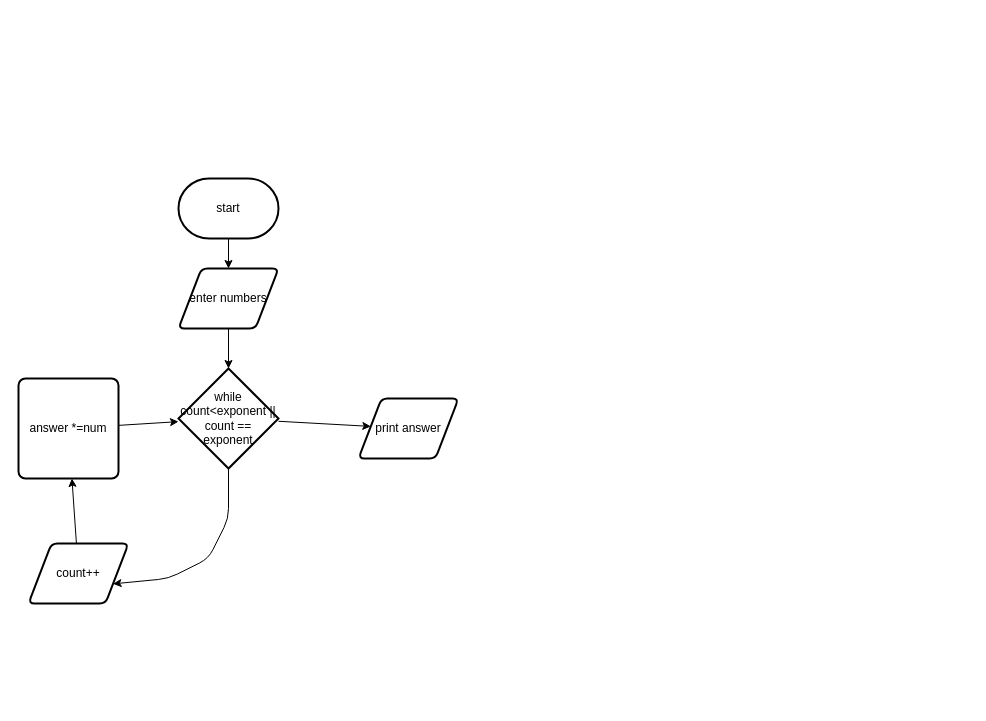
Earlier version of the draw.io diagram design/flowchart.drawio (sophie-nguyen-0/ICS2O-assignment-5). Source tidied: cells renumbered, new cells numbered last; positions are measured from the earlier drawing's top-left corner, leaving out a move shared by most shapes. Both pictures are drawn from the tidied source at 100%, with x=0, y=0 at pixel (18, 178).
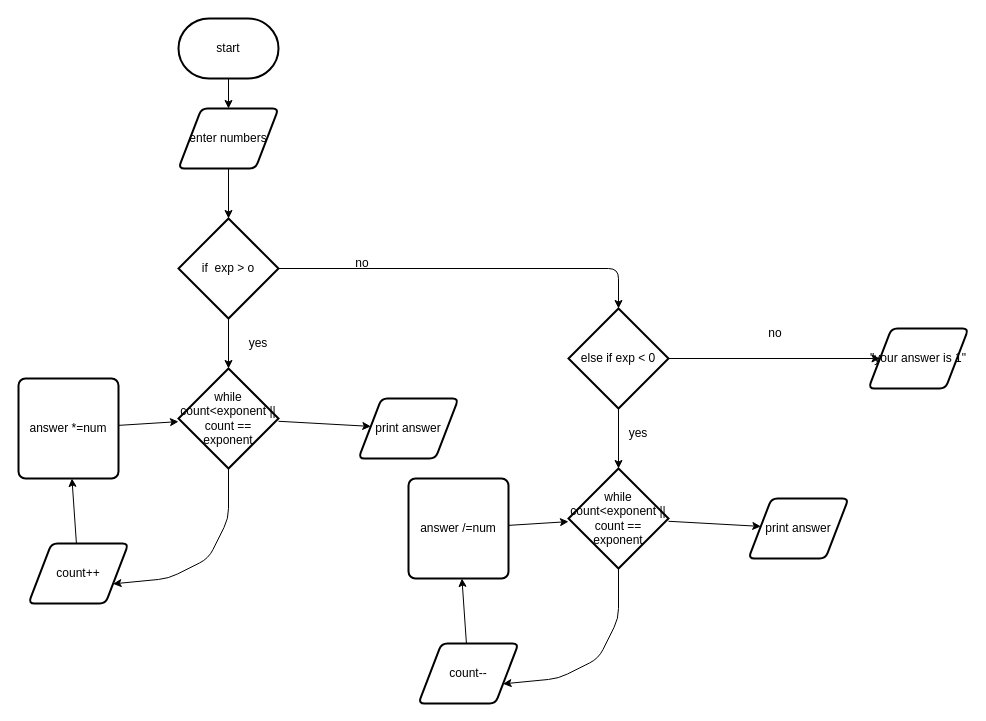
After the change.

The change refers to these unchanged cells:
```xml
<mxCell id="8" value="while count&amp;lt;exponent || count == exponent" style="strokeWidth=2;html=1;shape=mxgraph.flowchart.decision;whiteSpace=wrap;" parent="1" vertex="1">
  <mxGeometry x="160" y="190" width="100" height="100" as="geometry" />
</mxCell>
```

What changed in the source:
```diff
@@
     <mxCell id="3" value="start" style="strokeWidth=2;html=1;shape=mxgraph.flowchart.terminator;whiteSpace=wrap;" parent="1" vertex="1">
-      <mxGeometry x="160" width="100" height="60" as="geometry" />
+      <mxGeometry x="160" y="-160" width="100" height="60" as="geometry" />
     </mxCell>
-    <mxCell id="4" style="edgeStyle=none;html=1;" parent="1" edge="1" source="5" target="8">
-      <mxGeometry relative="1" as="geometry" />
-    </mxCell>
+    <mxCell id="14" style="edgeStyle=none;html=1;" parent="1" edge="1" source="5" target="17">
+      <mxGeometry relative="1" as="geometry" />
+    </mxCell>
     <mxCell id="5" value="enter numbers" style="shape=parallelogram;html=1;strokeWidth=2;perimeter=parallelogramPerimeter;whiteSpace=wrap;rounded=1;arcSize=12;size=0.23;" parent="1" vertex="1">
-      <mxGeometry x="160" y="90" width="100" height="60" as="geometry" />
+      <mxGeometry x="160" y="-70" width="100" height="60" as="geometry" />
     </mxCell>
@@
+    <mxCell id="15" style="edgeStyle=none;html=1;" parent="1" edge="1" source="17" target="8">
+      <mxGeometry relative="1" as="geometry" />
+    </mxCell>
+    <mxCell id="16" style="edgeStyle=none;html=1;entryX=0.5;entryY=0;entryDx=0;entryDy=0;entryPerimeter=0;" parent="1" edge="1" source="17" target="20">
+      <mxGeometry relative="1" as="geometry">
+        <Array as="points">
+          <mxPoint x="600" y="90" />
+        </Array>
+      </mxGeometry>
+    </mxCell>
+    <mxCell id="17" value="if&amp;nbsp; exp &amp;gt; o" style="strokeWidth=2;html=1;shape=mxgraph.flowchart.decision;whiteSpace=wrap;" parent="1" vertex="1">
+      <mxGeometry x="160" y="40" width="100" height="100" as="geometry" />
+    </mxCell>
+    <mxCell id="18" style="edgeStyle=none;html=1;entryX=0.5;entryY=0;entryDx=0;entryDy=0;entryPerimeter=0;" parent="1" edge="1" source="20" target="23">
+      <mxGeometry relative="1" as="geometry" />
+    </mxCell>
+    <mxCell id="19" style="edgeStyle=none;html=1;entryX=0;entryY=0.5;entryDx=0;entryDy=0;" parent="1" edge="1" source="20" target="29">
+      <mxGeometry relative="1" as="geometry" />
+    </mxCell>
+    <mxCell id="20" value="else if exp &amp;lt; 0" style="strokeWidth=2;html=1;shape=mxgraph.flowchart.decision;whiteSpace=wrap;" parent="1" vertex="1">
+      <mxGeometry x="550" y="130" width="100" height="100" as="geometry" />
+    </mxCell>
+    <mxCell id="21" style="edgeStyle=none;html=1;entryX=1;entryY=0.75;entryDx=0;entryDy=0;" parent="1" edge="1" source="23" target="25">
+      <mxGeometry relative="1" as="geometry">
+        <Array as="points">
+          <mxPoint x="600" y="440" />
+          <mxPoint x="580" y="480" />
+          <mxPoint x="540" y="500" />
+        </Array>
+      </mxGeometry>
+    </mxCell>
+    <mxCell id="22" style="edgeStyle=none;html=1;" parent="1" edge="1" source="23" target="28">
+      <mxGeometry relative="1" as="geometry" />
+    </mxCell>
+    <mxCell id="23" value="while count&amp;lt;exponent || count == exponent" style="strokeWidth=2;html=1;shape=mxgraph.flowchart.decision;whiteSpace=wrap;" parent="1" vertex="1">
+      <mxGeometry x="550" y="290" width="100" height="100" as="geometry" />
+    </mxCell>
+    <mxCell id="24" style="edgeStyle=none;html=1;" parent="1" edge="1" source="25" target="27">
+      <mxGeometry relative="1" as="geometry" />
+    </mxCell>
+    <mxCell id="25" value="count--" style="shape=parallelogram;html=1;strokeWidth=2;perimeter=parallelogramPerimeter;whiteSpace=wrap;rounded=1;arcSize=12;size=0.23;" parent="1" vertex="1">
+      <mxGeometry x="400" y="465" width="100" height="60" as="geometry" />
+    </mxCell>
+    <mxCell id="26" style="edgeStyle=none;html=1;" parent="1" edge="1" source="27" target="23">
+      <mxGeometry relative="1" as="geometry" />
+    </mxCell>
+    <mxCell id="27" value="answer /=num" style="rounded=1;whiteSpace=wrap;html=1;absoluteArcSize=1;arcSize=14;strokeWidth=2;" parent="1" vertex="1">
+      <mxGeometry x="390" y="300" width="100" height="100" as="geometry" />
+    </mxCell>
+    <mxCell id="28" value="print answer" style="shape=parallelogram;html=1;strokeWidth=2;perimeter=parallelogramPerimeter;whiteSpace=wrap;rounded=1;arcSize=12;size=0.23;" parent="1" vertex="1">
+      <mxGeometry x="730" y="320" width="100" height="60" as="geometry" />
+    </mxCell>
+    <mxCell id="29" value="&quot;your answer is 1&quot;" style="shape=parallelogram;html=1;strokeWidth=2;perimeter=parallelogramPerimeter;whiteSpace=wrap;rounded=1;arcSize=12;size=0.23;" parent="1" vertex="1">
+      <mxGeometry x="850" y="150" width="100" height="60" as="geometry" />
+    </mxCell>
+    <mxCell id="30" value="no" style="text;html=1;strokeColor=none;fillColor=none;align=center;verticalAlign=middle;whiteSpace=wrap;rounded=0;" parent="1" vertex="1">
+      <mxGeometry x="727" y="140" width="60" height="30" as="geometry" />
+    </mxCell>
+    <mxCell id="31" value="no" style="text;html=1;strokeColor=none;fillColor=none;align=center;verticalAlign=middle;whiteSpace=wrap;rounded=0;" parent="1" vertex="1">
+      <mxGeometry x="314" y="70" width="60" height="30" as="geometry" />
+    </mxCell>
+    <mxCell id="32" value="yes" style="text;html=1;strokeColor=none;fillColor=none;align=center;verticalAlign=middle;whiteSpace=wrap;rounded=0;" parent="1" vertex="1">
+      <mxGeometry x="210" y="150" width="60" height="30" as="geometry" />
+    </mxCell>
+    <mxCell id="33" value="yes" style="text;html=1;strokeColor=none;fillColor=none;align=center;verticalAlign=middle;whiteSpace=wrap;rounded=0;" parent="1" vertex="1">
+      <mxGeometry x="590" y="240" width="60" height="30" as="geometry" />
+    </mxCell>
```
